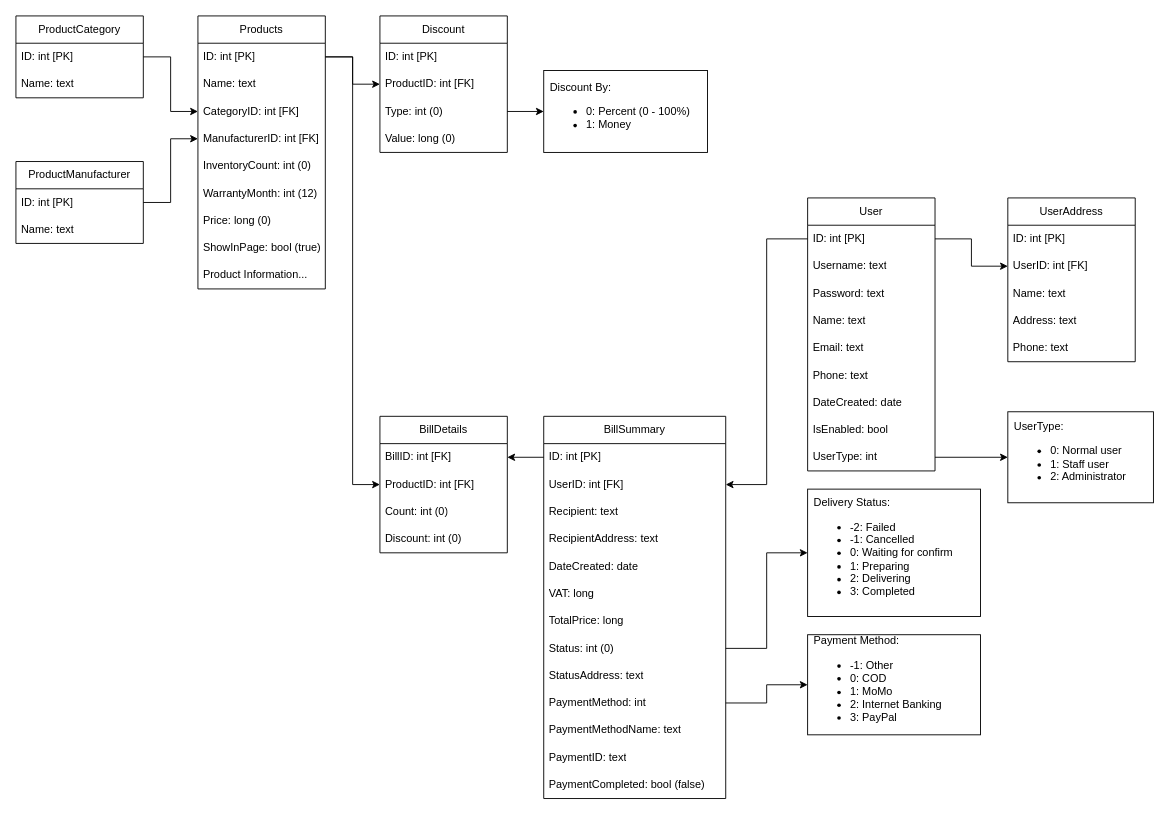
Earlier version of the draw.io diagram docs/PhoneStoreManager.drawio (ZoeMeow1027/capstone-project). Source tidied: cells renumbered, new cells numbered last; positions are measured from the earlier drawing's top-left corner, leaving out a move shared by most shapes. Both pictures are drawn from the tidied source at 91%, with x=0, y=0 at pixel (15, 15).
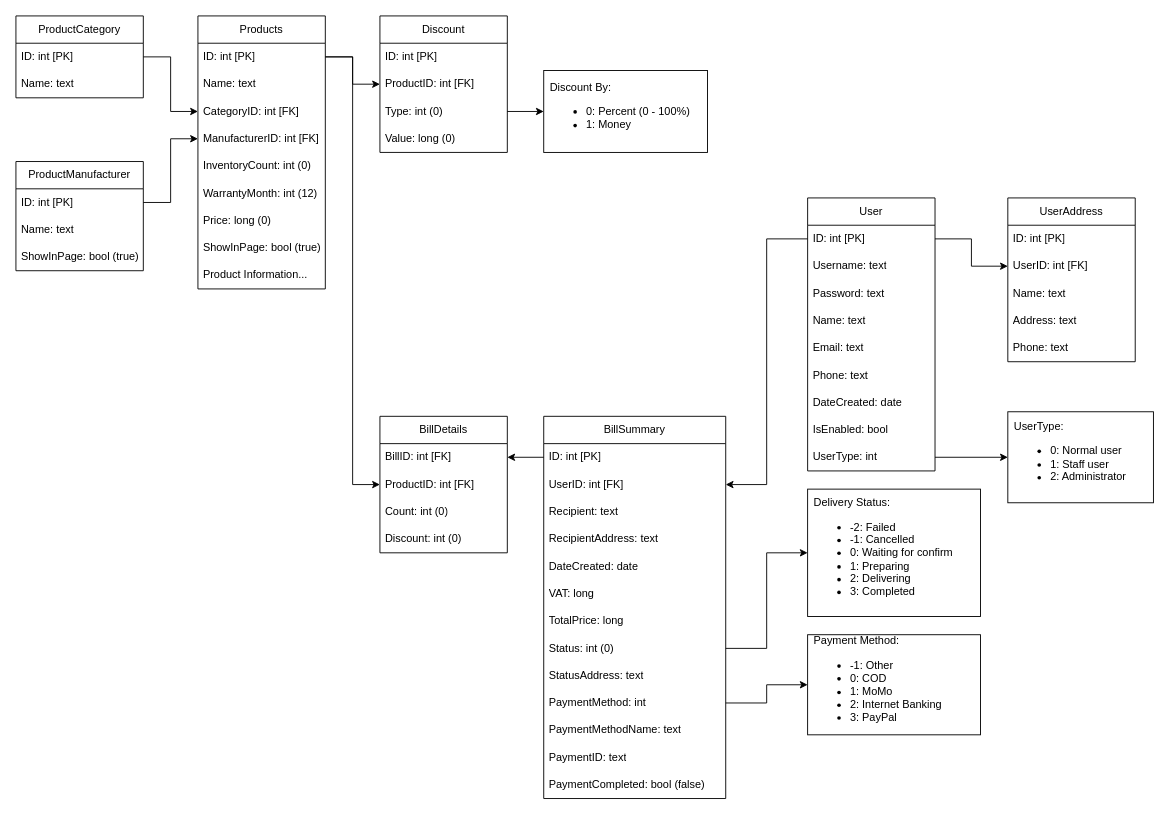
The same diagram, later.

Change to the diagram source:
```diff
@@
     <mxCell id="27" value="ProductManufacturer" style="swimlane;fontStyle=0;horizontal=1;startSize=30;whiteSpace=wrap;html=1;" parent="1" vertex="1">
-      <mxGeometry y="160" width="140" height="90" as="geometry" />
+      <mxGeometry y="160" width="140" height="120" as="geometry" />
     </mxCell>
@@
+    <mxCell id="73" value="ShowInPage: bool (true)" style="text;strokeColor=none;fillColor=none;align=left;verticalAlign=middle;spacingLeft=4;spacingRight=4;overflow=hidden;whiteSpace=wrap;html=1;" parent="27" vertex="1">
+      <mxGeometry y="90" width="140" height="30" as="geometry" />
+    </mxCell>
```
